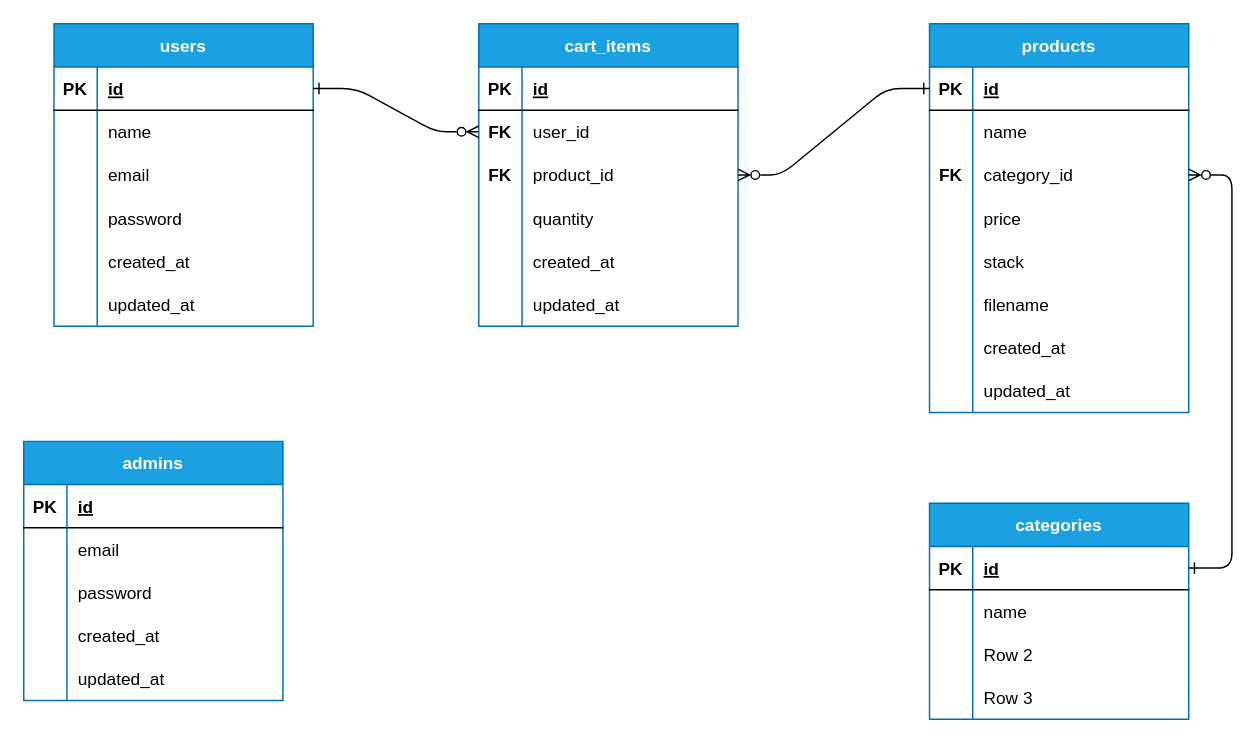
Above: draw.dio in c0b22096/Portfolio (draw.io), before the change. Source tidied: cells renumbered, new cells numbered last; positions are measured from the earlier drawing's top-left corner, leaving out a move shared by most shapes. Both pictures are drawn from the tidied source at 144%, with x=0, y=0 at pixel (23, 23).
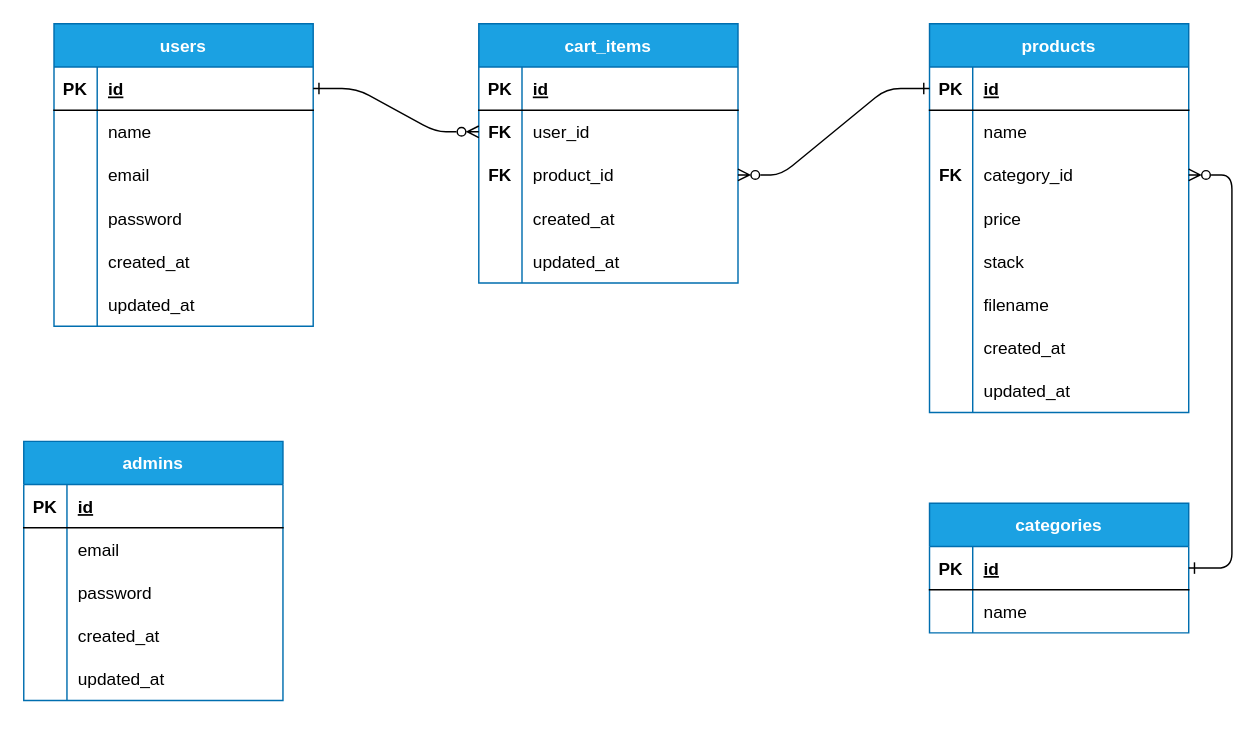
The same diagram, later.

Change to the diagram source:
```diff
@@
     <mxCell id="46" value="cart_items" style="shape=table;startSize=30;childLayout=tableLayout;rowLines=0;fontStyle=1;align=center;fillColor=#1ba1e2;fontColor=#ffffff;strokeColor=#006EAF;" parent="1" vertex="1">
-      <mxGeometry x="316" width="180" height="210" as="geometry" />
+      <mxGeometry x="316" width="180" height="180" as="geometry" />
     </mxCell>
@@
-    <mxCell id="56" style="shape=tableRow;horizontal=0;startSize=0;swimlaneHead=0;swimlaneBody=0;fillColor=none;top=0;left=0;right=0;bottom=0;" parent="46" vertex="1">
-      <mxGeometry y="120" width="180" height="30" as="geometry" />
-    </mxCell>
-    <mxCell id="57" style="shape=partialRectangle;fillColor=none;top=0;left=0;bottom=0;right=0;overflow=hidden;" parent="56" vertex="1">
-      <mxGeometry width="30" height="30" as="geometry" />
-    </mxCell>
-    <mxCell id="58" value="quantity" style="shape=partialRectangle;fillColor=none;top=0;left=0;bottom=0;right=0;align=left;spacingLeft=6;overflow=hidden;" parent="56" vertex="1">
-      <mxGeometry x="30" width="150" height="30" as="geometry" />
-    </mxCell>
     <mxCell id="59" style="shape=tableRow;horizontal=0;startSize=0;swimlaneHead=0;swimlaneBody=0;fillColor=none;top=0;left=0;right=0;bottom=0;" parent="46" vertex="1">
-      <mxGeometry y="150" width="180" height="30" as="geometry" />
+      <mxGeometry y="120" width="180" height="30" as="geometry" />
     </mxCell>
@@
     <mxCell id="62" style="shape=tableRow;horizontal=0;startSize=0;swimlaneHead=0;swimlaneBody=0;fillColor=none;top=0;left=0;right=0;bottom=0;" parent="46" vertex="1">
-      <mxGeometry y="180" width="180" height="30" as="geometry" />
+      <mxGeometry y="150" width="180" height="30" as="geometry" />
     </mxCell>
@@
     <mxCell id="83" value="categories" style="shape=table;startSize=30;childLayout=tableLayout;rowLines=0;fontStyle=1;align=center;fillColor=#1ba1e2;fontColor=#ffffff;strokeColor=#006EAF;" parent="1" vertex="1">
-      <mxGeometry x="629" y="333" width="180" height="150" as="geometry" />
+      <mxGeometry x="629" y="333" width="180" height="90" as="geometry" />
     </mxCell>
@@
-    <mxCell id="90" style="shape=tableRow;horizontal=0;startSize=0;swimlaneHead=0;swimlaneBody=0;fillColor=none;top=0;left=0;right=0;bottom=0;" parent="83" vertex="1">
-      <mxGeometry y="90" width="180" height="30" as="geometry" />
-    </mxCell>
-    <mxCell id="91" style="shape=partialRectangle;fillColor=none;top=0;left=0;bottom=0;right=0;overflow=hidden;" parent="90" vertex="1">
-      <mxGeometry width="30" height="30" as="geometry" />
-    </mxCell>
-    <mxCell id="92" value="Row 2" style="shape=partialRectangle;fillColor=none;top=0;left=0;bottom=0;right=0;align=left;spacingLeft=6;overflow=hidden;" parent="90" vertex="1">
-      <mxGeometry x="30" width="150" height="30" as="geometry" />
-    </mxCell>
-    <mxCell id="93" style="shape=tableRow;horizontal=0;startSize=0;swimlaneHead=0;swimlaneBody=0;fillColor=none;top=0;left=0;right=0;bottom=0;" parent="83" vertex="1">
-      <mxGeometry y="120" width="180" height="30" as="geometry" />
-    </mxCell>
-    <mxCell id="94" style="shape=partialRectangle;fillColor=none;top=0;left=0;bottom=0;right=0;overflow=hidden;" parent="93" vertex="1">
-      <mxGeometry width="30" height="30" as="geometry" />
-    </mxCell>
-    <mxCell id="95" value="Row 3" style="shape=partialRectangle;fillColor=none;top=0;left=0;bottom=0;right=0;align=left;spacingLeft=6;overflow=hidden;" parent="93" vertex="1">
-      <mxGeometry x="30" width="150" height="30" as="geometry" />
-    </mxCell>
```
